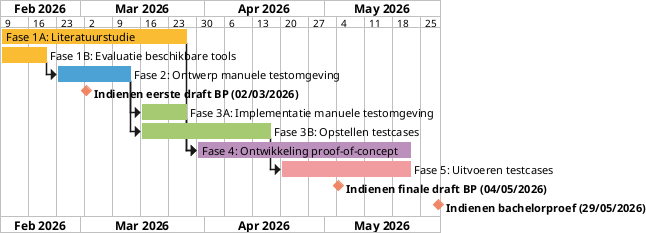
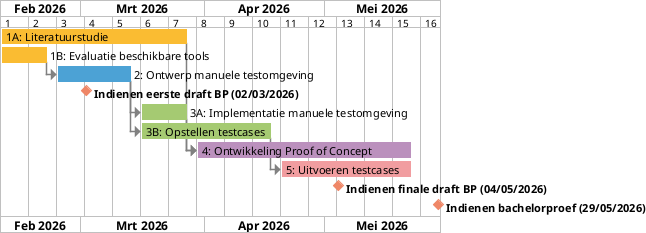
@startgantt p2a_gantt
<style>
ganttDiagram {
  FontName Montserrat
  milestone {
    FontStyle bold
  }
-   separator {
-     FontStyle bold
+   arrow {
+     LineColor #808080
  }
}
</style>

+ language nl
+ 
Project starts 2026-02-09
- printscale weekly with calendar date
+ projectscale weekly with week numbering from 1

- [Fase 1A: Literatuurstudie] starts 2026-02-09 and ends 2026-03-27
- [Fase 1A: Literatuurstudie] is colored in #FABC32
+ [1A: Literatuurstudie                   ] starts 2026-02-09 and ends 2026-03-27
+ [1A: Literatuurstudie                   ] is colored in #FABC32

- [Fase 1B: Evaluatie beschikbare tools] starts 2026-02-09 and ends 2026-02-20
- [Fase 1B: Evaluatie beschikbare tools] is colored in #FABC32
+ [1B: Evaluatie beschikbare tools] starts 2026-02-09 and ends 2026-02-20
+ [1B: Evaluatie beschikbare tools] is colored in #FABC32

- [Fase 2: Ontwerp manuele testomgeving] starts 2026-02-23 and ends 2026-03-13
- [Fase 2: Ontwerp manuele testomgeving] is colored in #4CA2D5
- [Fase 2: Ontwerp manuele testomgeving] starts after [Fase 1B: Evaluatie beschikbare tools]'s end
+ [2: Ontwerp manuele testomgeving] starts 2026-02-23 and ends 2026-03-13
+ [2: Ontwerp manuele testomgeving] is colored in #4CA2D5
+ [2: Ontwerp manuele testomgeving] starts after [1B: Evaluatie beschikbare tools]'s end

[Indienen eerste draft BP (02/03/2026)] happens 2026-03-02
[Indienen eerste draft BP (02/03/2026)] is colored in #EF8767

- [Fase 3A: Implementatie manuele testomgeving] starts 2026-03-16 and ends 2026-03-27
- [Fase 3A: Implementatie manuele testomgeving] is colored in #A5CA72
- [Fase 3A: Implementatie manuele testomgeving] starts after [Fase 2: Ontwerp manuele testomgeving]'s end
+ [3A: Implementatie manuele testomgeving] starts 2026-03-16 and ends 2026-03-27
+ [3A: Implementatie manuele testomgeving] is colored in #A5CA72
+ [3A: Implementatie manuele testomgeving] starts after [2: Ontwerp manuele testomgeving]'s end

- [Fase 3B: Opstellen testcases] starts 2026-03-16 and ends 2026-04-17
- [Fase 3B: Opstellen testcases] is colored in #A5CA72
- [Fase 3B: Opstellen testcases] starts after [Fase 2: Ontwerp manuele testomgeving]'s end
+ [3B: Opstellen testcases] starts 2026-03-16 and ends 2026-04-17
+ [3B: Opstellen testcases] is colored in #A5CA72
+ [3B: Opstellen testcases] starts after [2: Ontwerp manuele testomgeving]'s end

- [Fase 4: Ontwikkeling proof-of-concept] starts 2026-03-30 and ends 2026-05-22
- [Fase 4: Ontwikkeling proof-of-concept] is colored in #BB90BD
- [Fase 4: Ontwikkeling proof-of-concept] starts after [Fase 1A: Literatuurstudie]'s end
- [Fase 4: Ontwikkeling proof-of-concept] starts after [Fase 3A: Implementatie manuele testomgeving]'s end
+ [4: Ontwikkeling Proof of Concept       ] starts 2026-03-30 and ends 2026-05-22
+ [4: Ontwikkeling Proof of Concept       ] is colored in #BB90BD
+ [4: Ontwikkeling Proof of Concept       ] starts after [1A: Literatuurstudie                   ]'s end
+ [4: Ontwikkeling Proof of Concept       ] starts after [3A: Implementatie manuele testomgeving]'s end

- [Fase 5: Uitvoeren testcases] starts 2026-04-20 and ends 2026-05-22
- [Fase 5: Uitvoeren testcases] is colored in #F19DA0
- [Fase 5: Uitvoeren testcases] starts after [Fase 3B: Opstellen testcases]'s end
+ [5: Uitvoeren testcases] starts 2026-04-20 and ends 2026-05-22
+ [5: Uitvoeren testcases] is colored in #F19DA0
+ [5: Uitvoeren testcases] starts after [3B: Opstellen testcases]'s end

[Indienen finale draft BP (04/05/2026)] happens 2026-05-04
[Indienen finale draft BP (04/05/2026)] is colored in #EF8767

[Indienen bachelorproef (29/05/2026)] happens 2026-05-29
[Indienen bachelorproef (29/05/2026)] is colored in #EF8767

@endgantt